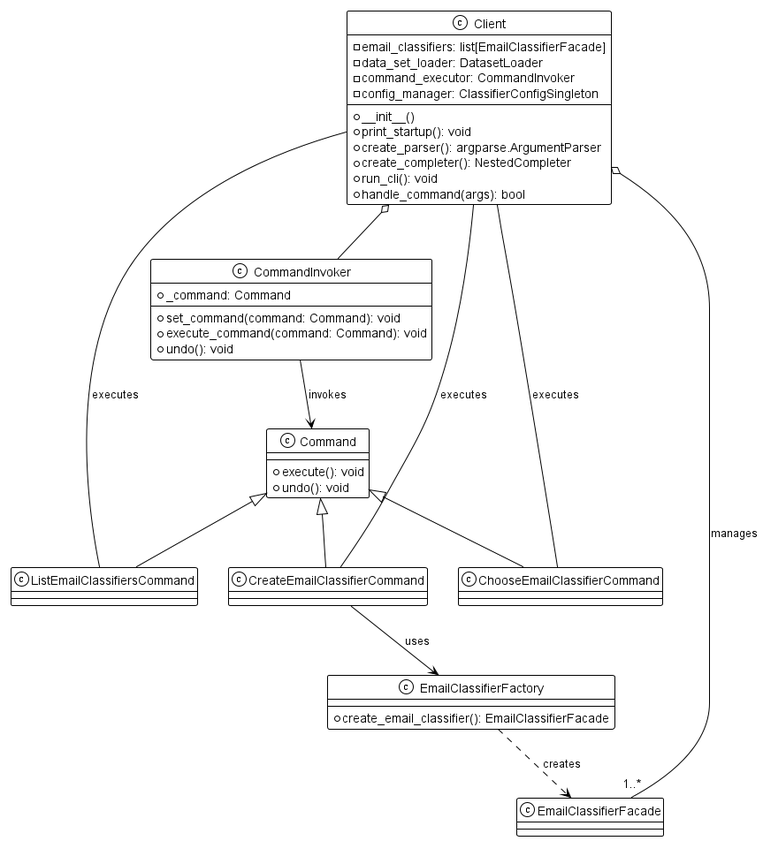
This is out/uml/client_commands_diagram/client_commands_diagram.png from chrnas/email-classifier, a PlantUML export, as it was before one commit.
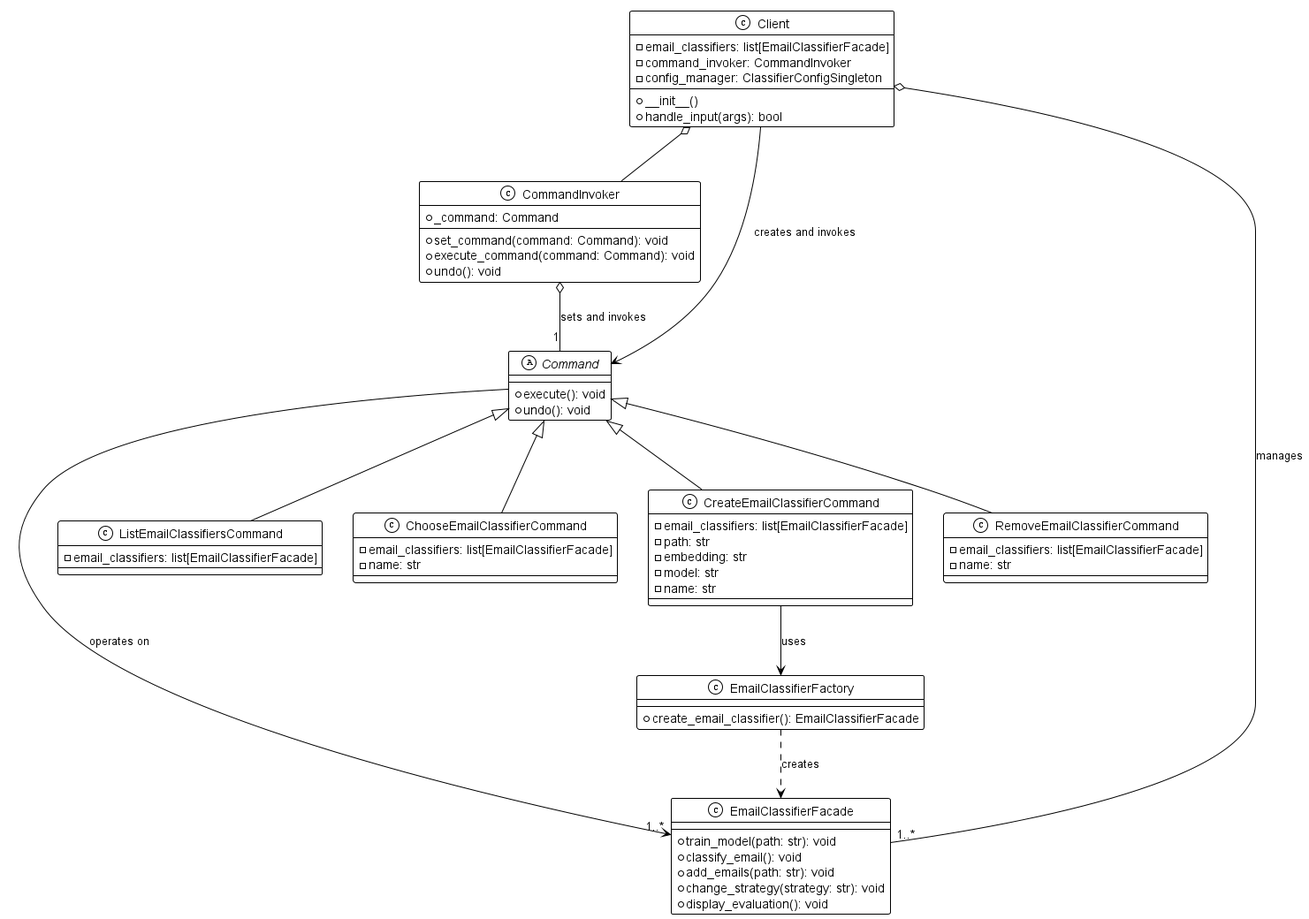
The same file after the commit.

The edit, as a diff of the source:
```diff
@@ -1,18 +1,12 @@
 @startuml
 !theme mono
 
-
 class Client  {
     - email_classifiers: list[EmailClassifierFacade]
-    - data_set_loader: DatasetLoader
-    - command_executor: CommandInvoker
+    - command_invoker: CommandInvoker
+    - config_manager: ClassifierConfigSingleton
     + __init__()
-    + print_startup(): void
-    + create_parser(): argparse.ArgumentParser
-    + create_completer(): NestedCompleter
-    + run_cli(): void
-    + handle_command(args): bool
-    - config_manager: ClassifierConfigSingleton
+    + handle_input(args): bool
 }
 
 class CommandInvoker {
@@ -22,8 +16,7 @@
     + undo(): void
 }
 
-
-class Command {
+abstract class Command {
     + execute(): void
     + undo(): void
 }
@@ -32,30 +25,49 @@
     + create_email_classifier(): EmailClassifierFacade
 }
 
+class EmailClassifierFacade {
+    + train_model(path: str): void
+    + classify_email(): void
+    + add_emails(path: str): void
+    + change_strategy(strategy: str): void
+    + display_evaluation(): void
+}
+
 class ListEmailClassifiersCommand {
+    - email_classifiers: list[EmailClassifierFacade]
 }
 
 class ChooseEmailClassifierCommand {
+    - email_classifiers: list[EmailClassifierFacade]
+    - name: str
 }
 
-class EmailClassifierFacade {
+class CreateEmailClassifierCommand {
+    - email_classifiers: list[EmailClassifierFacade]
+    - path: str
+    - embedding: str
+    - model: str
+    - name: str
+}
+
+class RemoveEmailClassifierCommand {
+    - email_classifiers: list[EmailClassifierFacade]
+    - name: str
 }
 
 Client o-- "1..*" EmailClassifierFacade : manages
 Client o-- CommandInvoker
-CommandInvoker --> Command : invokes
+CommandInvoker o-- "1" Command : sets and invokes
 
 Command <|-- ListEmailClassifiersCommand
 Command <|-- ChooseEmailClassifierCommand
 Command <|-- CreateEmailClassifierCommand
+Command <|-- RemoveEmailClassifierCommand
 
-Client -- ListEmailClassifiersCommand: executes
-Client -- ChooseEmailClassifierCommand: executes
-Client -- CreateEmailClassifierCommand: executes
+Client --> Command: creates and invokes
+Command --> "1..*" EmailClassifierFacade : operates on
 
 CreateEmailClassifierCommand --> EmailClassifierFactory : uses
 EmailClassifierFactory ..> EmailClassifierFacade : creates
 
-
-
 @enduml
```
